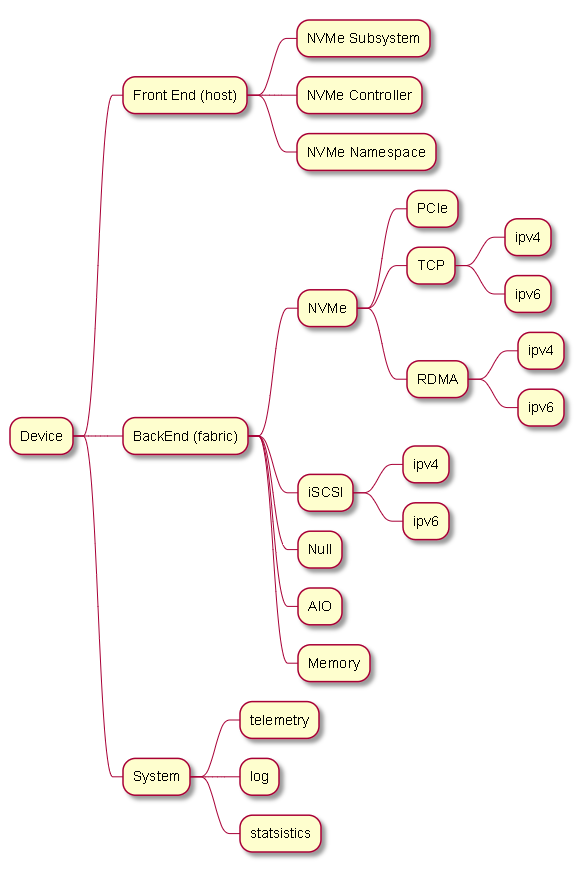
The PlantUML diagram storage/DPU-API-Storage.png in tedstreete/opi-api, before a commit. Its source is kept beside it as storage/DPU-API-Storage.plantuml. The source it was exported from:
```plantuml
@startmindmap
* Device
** Front End (host)
*** NVMe Subsystem
*** NVMe Controller
*** NVMe Namespace
** BackEnd (fabric)
*** NVMe
**** PCIe
**** TCP
***** ipv4
***** ipv6
**** RDMA
***** ipv4
***** ipv6
*** iSCSI
**** ipv4
**** ipv6
*** Null
*** AIO
*** Memory
** System
*** telemetry
*** log
*** statsistics
@endmindmap
```
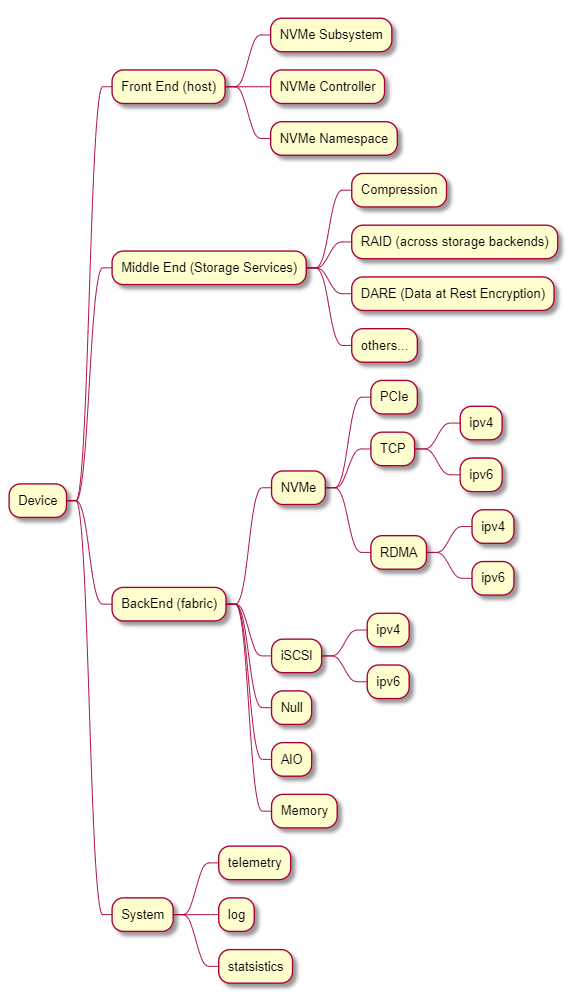
Later version of the same file.

Commit message:
storage: add Middle End (Storage Services) APIs

Change to the diagram source:
```diff
@@ -4,6 +4,11 @@
 *** NVMe Subsystem
 *** NVMe Controller
 *** NVMe Namespace
+** Middle End (Storage Services)
+*** Compression
+*** RAID (across storage backends)
+*** DARE (Data at Rest Encryption)
+*** others...
 ** BackEnd (fabric)
 *** NVMe
 **** PCIe
```
